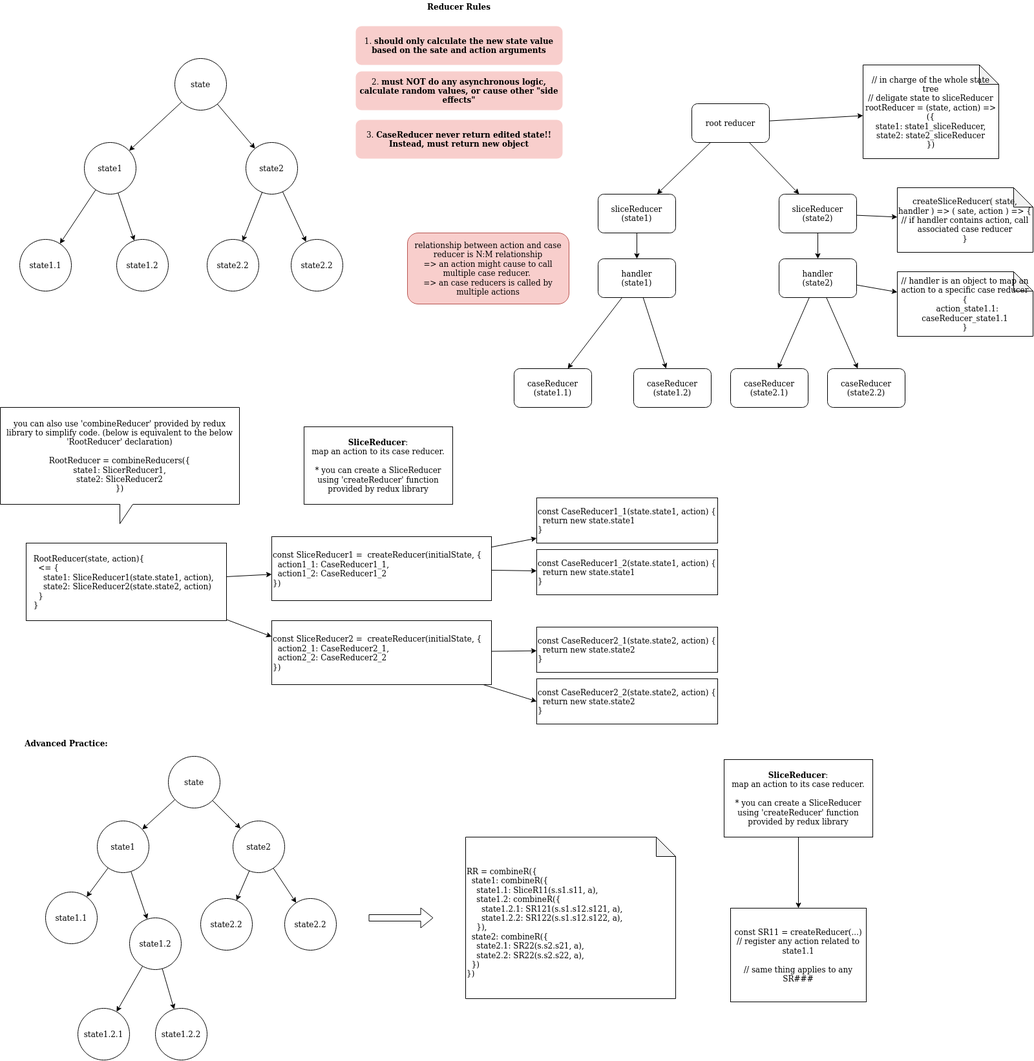
Earlier version of the draw.io export reducer_logic.png (stsiwo/react_redux_concept). Source tidied: cells renumbered, new cells last; positions are measured from the earlier drawing's top-left corner, leaving out a move shared by most shapes.
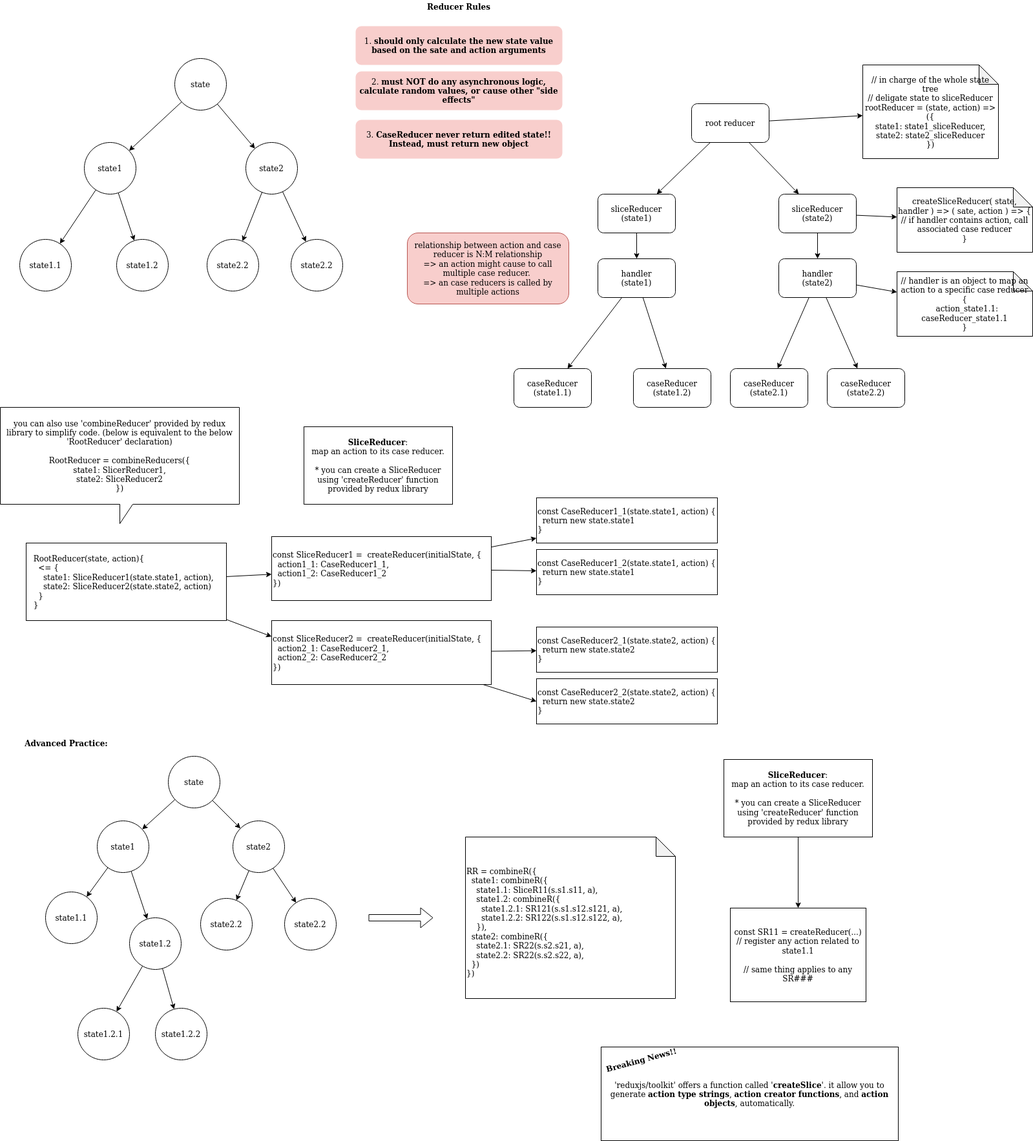
After the commit.

The edit, as a diff of the source:
```diff
@@ -2,6 +2,9 @@
   <root>
     <mxCell id="0" />
     <mxCell id="1" parent="0" />
+    <mxCell id="81" value="'reduxjs/toolkit' offers a function called '&lt;b&gt;createSlice&lt;/b&gt;'. it allow you to generate &lt;b&gt;action type strings&lt;/b&gt;, &lt;b&gt;action creator functions&lt;/b&gt;, and &lt;b&gt;action objects&lt;/b&gt;, automatically. " style="whiteSpace=wrap;html=1;rounded=0;" parent="1" vertex="1">
+      <mxGeometry x="930" y="1620" width="460" height="145" as="geometry" />
+    </mxCell>
     <mxCell id="2" style="edgeStyle=none;rounded=0;jettySize=auto;html=1;" parent="1" edge="1" source="5" target="21">
       <mxGeometry relative="1" as="geometry" />
     </mxCell>
@@ -242,5 +245,8 @@
     <mxCell id="80" value="&lt;div&gt;const SR11 = createReducer(...)&lt;/div&gt;&lt;div&gt;// register any action related to state1.1&lt;/div&gt;&lt;div&gt;&lt;br&gt;&lt;/div&gt;&lt;div&gt;// same thing applies to any SR###&lt;br&gt;&lt;/div&gt;" style="whiteSpace=wrap;html=1;rounded=0;" parent="1" vertex="1">
       <mxGeometry x="1130" y="1405" width="210" height="145" as="geometry" />
     </mxCell>
+    <mxCell id="82" value="&lt;b&gt;Breaking News!!&lt;/b&gt;" style="text;html=1;strokeColor=none;fillColor=none;align=center;verticalAlign=middle;whiteSpace=wrap;rounded=0;rotation=-15;" parent="1" vertex="1">
+      <mxGeometry x="925" y="1630" width="135" height="20" as="geometry" />
+    </mxCell>
   </root>
 </mxGraphModel>
```
